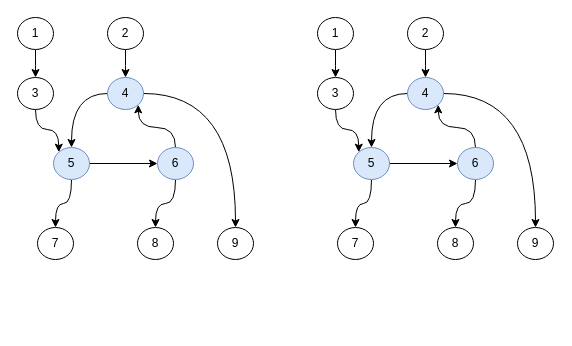
Earlier version of the draw.io diagram page "第 2 页" (2 of 2) of verilator_digrams/专用硬件2_10.drawio (Dercury/CLDK). Source tidied: cells renumbered, new cells numbered last; positions are measured from the earlier drawing's top-left corner, leaving out a move shared by most shapes. Both pictures are drawn from the tidied source at 100%, with x=0, y=0 at pixel (17, 17).
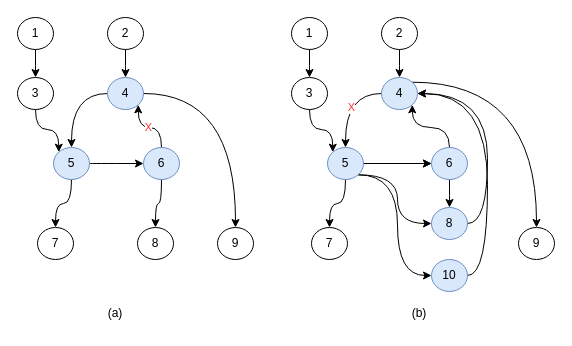
Above is the later version.

Commit message (it also covers changes not shown here):
更新专用硬件2_10.drawio

Unchanged cells that the change refers to:
```xml
<mxCell id="10" value="4" style="ellipse;whiteSpace=wrap;html=1;fillColor=#dae8fc;strokeColor=#6c8ebf;" parent="1" vertex="1">
  <mxGeometry x="90" y="60" width="36" height="32" as="geometry" />
</mxCell>
<mxCell id="13" value="5" style="ellipse;whiteSpace=wrap;html=1;fillColor=#dae8fc;strokeColor=#6c8ebf;" parent="1" vertex="1">
  <mxGeometry x="36" y="130" width="36" height="32" as="geometry" />
</mxCell>
```

The edit, as a diff of the source:
```diff
@@
-    <mxCell id="11" style="edgeStyle=orthogonalEdgeStyle;rounded=0;jettySize=auto;html=1;" parent="1" edge="1" source="13" target="16">
+    <mxCell id="11" style="edgeStyle=orthogonalEdgeStyle;rounded=0;jettySize=auto;html=1;curved=1;" parent="1" edge="1" source="13" target="16">
       <mxGeometry relative="1" as="geometry" />
     </mxCell>
@@
-    <mxCell id="14" style="edgeStyle=orthogonalEdgeStyle;rounded=0;jettySize=auto;html=1;curved=1;exitX=0.5;exitY=0;exitDx=0;exitDy=0;entryX=1;entryY=1;entryDx=0;entryDy=0;" parent="1" edge="1" source="16" target="10">
+    <mxCell id="14" value="X" style="edgeStyle=orthogonalEdgeStyle;rounded=0;jettySize=auto;html=1;curved=1;exitX=0.5;exitY=0;exitDx=0;exitDy=0;entryX=1;entryY=1;entryDx=0;entryDy=0;fontColor=#FF3333;" parent="1" edge="1" source="16" target="10">
       <mxGeometry relative="1" as="geometry" />
     </mxCell>
@@
     <mxCell id="16" value="6" style="ellipse;whiteSpace=wrap;html=1;fillColor=#dae8fc;strokeColor=#6c8ebf;" parent="1" vertex="1">
-      <mxGeometry x="140" y="130" width="36" height="32" as="geometry" />
+      <mxGeometry x="126" y="130" width="36" height="32" as="geometry" />
     </mxCell>
@@
     <mxCell id="21" value="1" style="ellipse;whiteSpace=wrap;html=1;" parent="1" vertex="1">
-      <mxGeometry x="300" width="36" height="32" as="geometry" />
+      <mxGeometry x="274" width="36" height="32" as="geometry" />
     </mxCell>
@@
     <mxCell id="23" value="2" style="ellipse;whiteSpace=wrap;html=1;" parent="1" vertex="1">
-      <mxGeometry x="390" width="36" height="32" as="geometry" />
+      <mxGeometry x="364" width="36" height="32" as="geometry" />
     </mxCell>
@@
     <mxCell id="25" value="3" style="ellipse;whiteSpace=wrap;html=1;" parent="1" vertex="1">
-      <mxGeometry x="300" y="60" width="36" height="32" as="geometry" />
+      <mxGeometry x="274" y="60" width="36" height="32" as="geometry" />
     </mxCell>
-    <mxCell id="26" style="edgeStyle=orthogonalEdgeStyle;rounded=0;jettySize=auto;html=1;curved=1;" parent="1" edge="1" source="28" target="31">
-      <mxGeometry relative="1" as="geometry" />
+    <mxCell id="26" value="X" style="edgeStyle=orthogonalEdgeStyle;rounded=0;jettySize=auto;html=1;curved=1;fontColor=#FF3333;" parent="1" edge="1" source="28" target="31">
+      <mxGeometry x="0.11" y="6" relative="1" as="geometry" />
     </mxCell>
-    <mxCell id="27" style="edgeStyle=orthogonalEdgeStyle;rounded=0;jettySize=auto;html=1;exitX=1;exitY=0.5;exitDx=0;exitDy=0;curved=1;" parent="1" edge="1" source="28" target="36">
+    <mxCell id="27" style="edgeStyle=orthogonalEdgeStyle;rounded=0;jettySize=auto;html=1;exitX=1;exitY=0;exitDx=0;exitDy=0;curved=1;" parent="1" edge="1" source="28" target="36">
       <mxGeometry relative="1" as="geometry" />
     </mxCell>
     <mxCell id="28" value="4" style="ellipse;whiteSpace=wrap;html=1;fillColor=#dae8fc;strokeColor=#6c8ebf;" parent="1" vertex="1">
-      <mxGeometry x="390" y="60" width="36" height="32" as="geometry" />
+      <mxGeometry x="364" y="60" width="36" height="32" as="geometry" />
     </mxCell>
@@
+    <mxCell id="38" style="edgeStyle=orthogonalEdgeStyle;rounded=0;jettySize=auto;html=1;exitX=1;exitY=1;exitDx=0;exitDy=0;entryX=0;entryY=0.5;entryDx=0;entryDy=0;curved=1;" parent="1" edge="1" source="31" target="37">
+      <mxGeometry relative="1" as="geometry" />
+    </mxCell>
+    <mxCell id="39" style="edgeStyle=orthogonalEdgeStyle;rounded=0;jettySize=auto;html=1;exitX=1;exitY=1;exitDx=0;exitDy=0;entryX=0;entryY=0.5;entryDx=0;entryDy=0;curved=1;" parent="1" edge="1" source="31" target="43">
+      <mxGeometry relative="1" as="geometry" />
+    </mxCell>
+    <mxCell id="40" style="edgeStyle=orthogonalEdgeStyle;rounded=0;jettySize=auto;html=1;curved=1;" parent="1" edge="1" source="31" target="34">
+      <mxGeometry relative="1" as="geometry" />
+    </mxCell>
     <mxCell id="31" value="5" style="ellipse;whiteSpace=wrap;html=1;fillColor=#dae8fc;strokeColor=#6c8ebf;" parent="1" vertex="1">
-      <mxGeometry x="336" y="130" width="36" height="32" as="geometry" />
+      <mxGeometry x="310" y="130" width="36" height="32" as="geometry" />
     </mxCell>
@@
     <mxCell id="34" value="6" style="ellipse;whiteSpace=wrap;html=1;fillColor=#dae8fc;strokeColor=#6c8ebf;" parent="1" vertex="1">
-      <mxGeometry x="440" y="130" width="36" height="32" as="geometry" />
+      <mxGeometry x="414" y="130" width="36" height="32" as="geometry" />
     </mxCell>
     <mxCell id="35" value="7" style="ellipse;whiteSpace=wrap;html=1;" parent="1" vertex="1">
-      <mxGeometry x="320" y="210" width="36" height="32" as="geometry" />
+      <mxGeometry x="294" y="210" width="36" height="32" as="geometry" />
     </mxCell>
     <mxCell id="36" value="9" style="ellipse;whiteSpace=wrap;html=1;" parent="1" vertex="1">
-      <mxGeometry x="500" y="210" width="36" height="32" as="geometry" />
+      <mxGeometry x="501" y="210" width="36" height="32" as="geometry" />
     </mxCell>
+    <mxCell id="41" style="edgeStyle=orthogonalEdgeStyle;rounded=0;jettySize=auto;html=1;exitX=1;exitY=0.5;exitDx=0;exitDy=0;entryX=1;entryY=0.5;entryDx=0;entryDy=0;curved=1;" parent="1" edge="1" source="37" target="28">
+      <mxGeometry relative="1" as="geometry" />
+    </mxCell>
-    <mxCell id="37" value="8" style="ellipse;whiteSpace=wrap;html=1;" parent="1" vertex="1">
-      <mxGeometry x="420" y="210" width="36" height="32" as="geometry" />
+    <mxCell id="37" value="8" style="ellipse;whiteSpace=wrap;html=1;fillColor=#dae8fc;strokeColor=#6c8ebf;" parent="1" vertex="1">
+      <mxGeometry x="414" y="190" width="36" height="32" as="geometry" />
     </mxCell>
+    <mxCell id="42" style="edgeStyle=orthogonalEdgeStyle;rounded=0;jettySize=auto;html=1;exitX=1;exitY=0.5;exitDx=0;exitDy=0;entryX=1;entryY=0.5;entryDx=0;entryDy=0;curved=1;" parent="1" edge="1" source="43" target="28">
+      <mxGeometry relative="1" as="geometry" />
+    </mxCell>
+    <mxCell id="43" value="10" style="ellipse;whiteSpace=wrap;html=1;fillColor=#dae8fc;strokeColor=#6c8ebf;" parent="1" vertex="1">
+      <mxGeometry x="414" y="242" width="36" height="32" as="geometry" />
+    </mxCell>
+    <mxCell id="44" value="(a)" style="text;html=1;align=center;verticalAlign=middle;whiteSpace=wrap;rounded=0;" parent="1" vertex="1">
+      <mxGeometry x="68" y="281" width="60" height="30" as="geometry" />
+    </mxCell>
+    <mxCell id="45" value="(b)" style="text;html=1;align=center;verticalAlign=middle;whiteSpace=wrap;rounded=0;" parent="1" vertex="1">
+      <mxGeometry x="372" y="281" width="60" height="30" as="geometry" />
+    </mxCell>
```
